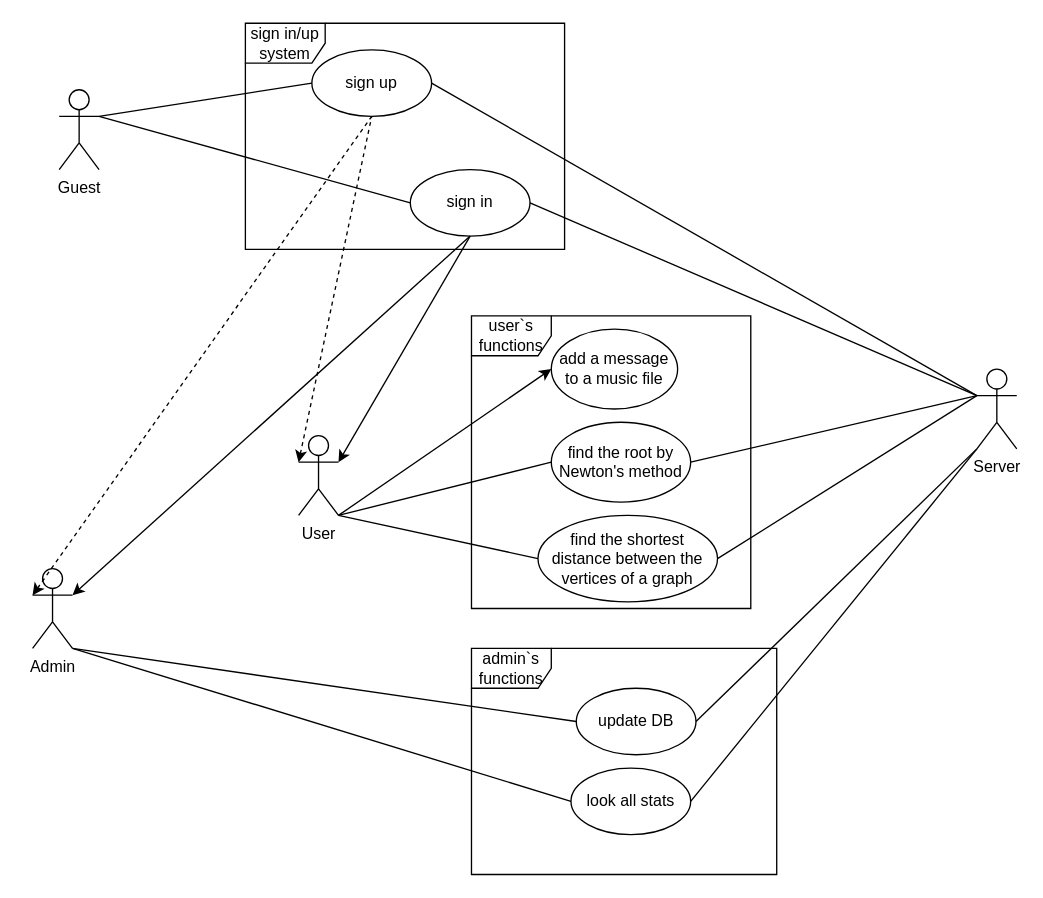
Above: UseCase_diagram.drawio in DenisMartyanov01/TaMP (draw.io), before the change. Source tidied: cells renumbered, new cells numbered last; positions are measured from the earlier drawing's top-left corner, leaving out a move shared by most shapes. Both pictures are drawn from the tidied source at 133%, with x=0, y=0 at pixel (32, 23).
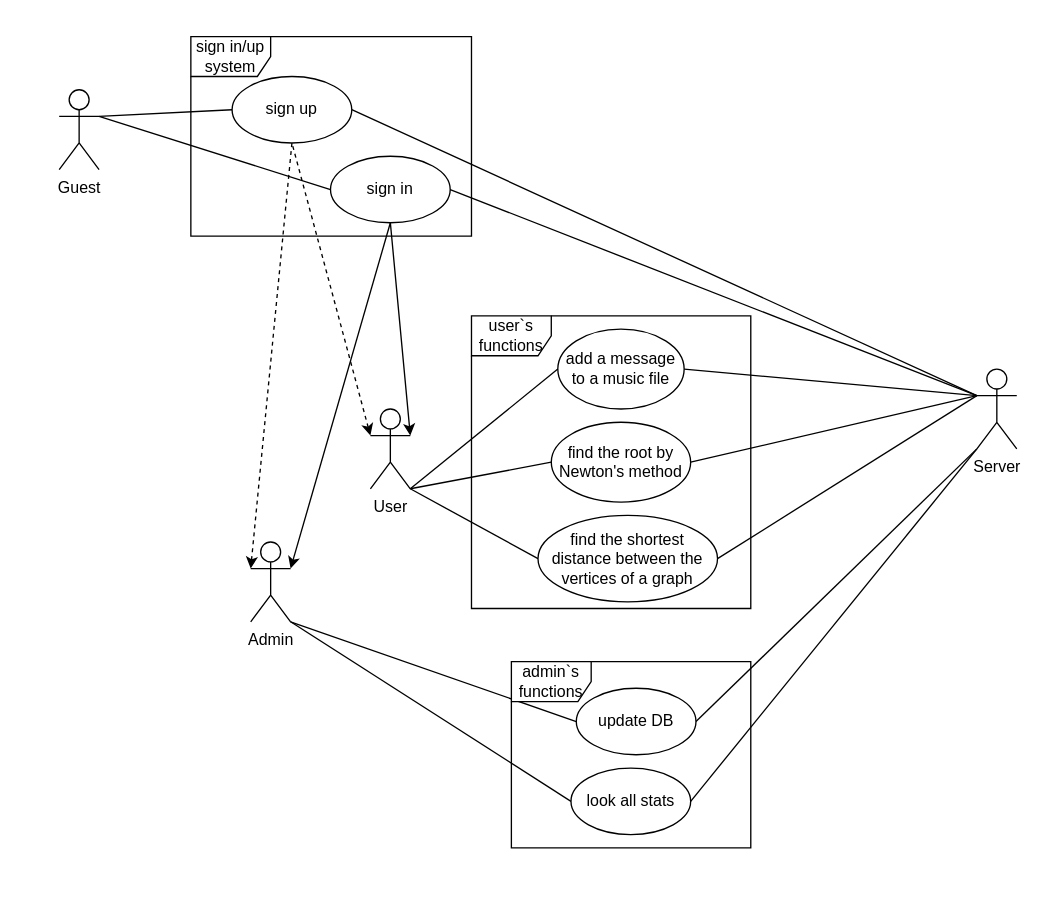
Above is the later version.

Unchanged cells that the change refers to:
```xml
<mxCell id="7" value="Server" style="shape=umlActor;verticalLabelPosition=bottom;verticalAlign=top;html=1;outlineConnect=0;" parent="1" vertex="1">
  <mxGeometry x="710" y="260" width="30" height="60" as="geometry" />
</mxCell>
```

What changed in the source:
```diff
@@
     <mxCell id="3" value="User" style="shape=umlActor;verticalLabelPosition=bottom;verticalAlign=top;html=1;outlineConnect=0;" parent="1" vertex="1">
-      <mxGeometry x="200" y="310" width="30" height="60" as="geometry" />
+      <mxGeometry x="254" y="290" width="30" height="60" as="geometry" />
     </mxCell>
     <mxCell id="4" value="Admin" style="shape=umlActor;verticalLabelPosition=bottom;verticalAlign=top;html=1;outlineConnect=0;" parent="1" vertex="1">
-      <mxGeometry y="410" width="30" height="60" as="geometry" />
+      <mxGeometry x="164" y="390" width="30" height="60" as="geometry" />
     </mxCell>
     <mxCell id="5" value="sign in" style="ellipse;whiteSpace=wrap;html=1;" parent="1" vertex="1">
-      <mxGeometry x="284" y="110" width="90" height="50" as="geometry" />
+      <mxGeometry x="224" y="100" width="90" height="50" as="geometry" />
     </mxCell>
     <mxCell id="6" value="sign up" style="ellipse;whiteSpace=wrap;html=1;" parent="1" vertex="1">
-      <mxGeometry x="210" y="20" width="90" height="50" as="geometry" />
+      <mxGeometry x="150" y="40" width="90" height="50" as="geometry" />
     </mxCell>
@@
     <mxCell id="12" value="add a message to a music file" style="ellipse;whiteSpace=wrap;html=1;" parent="1" vertex="1">
-      <mxGeometry x="390" y="230" width="95" height="60" as="geometry" />
+      <mxGeometry x="394.9" y="230" width="95" height="60" as="geometry" />
     </mxCell>
@@
-    <mxCell id="14" style="endArrow=classic;html=1;rounded=0;exitX=1;exitY=1;exitDx=0;exitDy=0;exitPerimeter=0;entryX=0;entryY=0.5;entryDx=0;entryDy=0;endFill=1;" parent="1" edge="1" source="3" target="12">
+    <mxCell id="14" style="endArrow=none;html=1;rounded=0;exitX=1;exitY=1;exitDx=0;exitDy=0;exitPerimeter=0;entryX=0;entryY=0.5;entryDx=0;entryDy=0;endFill=0;" parent="1" edge="1" source="3" target="12">
       <mxGeometry relative="1" as="geometry" />
     </mxCell>
@@
     <mxCell id="23" value="sign in/up system" style="shape=umlFrame;whiteSpace=wrap;html=1;" parent="1" vertex="1">
-      <mxGeometry x="160" width="240" height="170" as="geometry" />
+      <mxGeometry x="119" y="10" width="211" height="150" as="geometry" />
     </mxCell>
@@
     <mxCell id="25" value="admin`s functions" style="shape=umlFrame;whiteSpace=wrap;html=1;" parent="1" vertex="1">
-      <mxGeometry x="330" y="470" width="229.5" height="170" as="geometry" />
+      <mxGeometry x="360" y="480" width="180" height="140" as="geometry" />
     </mxCell>
@@
+    <mxCell id="33" style="endArrow=none;html=1;rounded=0;exitX=0;exitY=0.3333333333333333;exitDx=0;exitDy=0;exitPerimeter=0;entryX=1;entryY=0.5;entryDx=0;entryDy=0;endFill=0;" parent="1" edge="1" source="7" target="12">
+      <mxGeometry relative="1" as="geometry" />
+    </mxCell>
```
